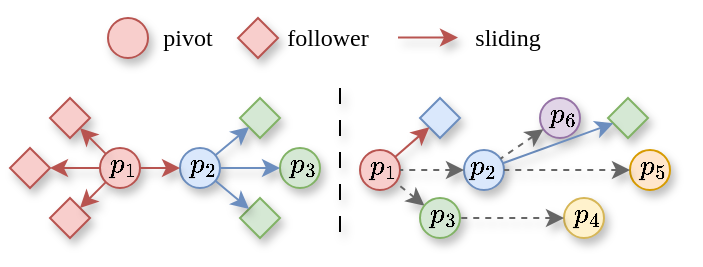
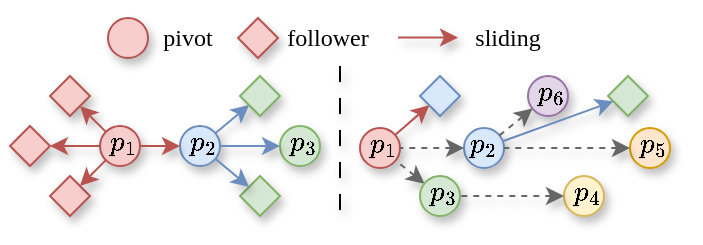
<mxfile host="app.diagrams.net">
  <diagram name="第 1 页" id="6DTQZI43wFjT-DsdCTgL">
-     <mxGraphModel dx="529" dy="1291" grid="1" gridSize="10" guides="1" tooltips="1" connect="1" arrows="1" fold="1" page="1" pageScale="1" pageWidth="827" pageHeight="1169" math="1" shadow="0">
+     <mxGraphModel dx="441" dy="1076" grid="1" gridSize="10" guides="1" tooltips="1" connect="1" arrows="1" fold="1" page="1" pageScale="1" pageWidth="827" pageHeight="1169" math="1" shadow="0">
      <root>
        <mxCell id="0" />
        <mxCell id="1" parent="0" />
        <mxCell id="bOLw4BUNBPlwtmLg7S2c-1" parent="1" style="ellipse;whiteSpace=wrap;html=1;aspect=fixed;fillColor=#f8cecc;strokeColor=#b85450;shadow=1;" value="" vertex="1">
          <mxGeometry height="20" width="20" x="150" y="520" as="geometry" />
        </mxCell>
        <mxCell id="bOLw4BUNBPlwtmLg7S2c-2" parent="1" style="ellipse;whiteSpace=wrap;html=1;aspect=fixed;fillColor=#dae8fc;strokeColor=#6c8ebf;shadow=1;" value="" vertex="1">
          <mxGeometry height="20" width="20" x="190" y="520" as="geometry" />
        </mxCell>
        <mxCell id="bOLw4BUNBPlwtmLg7S2c-5" parent="1" style="rhombus;whiteSpace=wrap;html=1;fillColor=#f8cecc;strokeColor=#b85450;shadow=1;" value="" vertex="1">
          <mxGeometry height="20" width="20" x="125" y="495" as="geometry" />
        </mxCell>
        <mxCell id="bOLw4BUNBPlwtmLg7S2c-6" parent="1" style="rhombus;whiteSpace=wrap;html=1;fillColor=#f8cecc;strokeColor=#b85450;shadow=1;" value="" vertex="1">
          <mxGeometry height="20" width="20" x="105" y="520" as="geometry" />
        </mxCell>
        <mxCell id="bOLw4BUNBPlwtmLg7S2c-7" parent="1" style="rhombus;whiteSpace=wrap;html=1;fillColor=#f8cecc;strokeColor=#b85450;shadow=1;" value="" vertex="1">
          <mxGeometry height="20" width="20" x="125" y="545" as="geometry" />
        </mxCell>
        <mxCell id="bOLw4BUNBPlwtmLg7S2c-8" parent="1" style="rhombus;whiteSpace=wrap;html=1;fillColor=#d5e8d4;strokeColor=#82b366;shadow=1;" value="" vertex="1">
          <mxGeometry height="20" width="20" x="220" y="495" as="geometry" />
        </mxCell>
        <mxCell id="bOLw4BUNBPlwtmLg7S2c-10" parent="1" style="rhombus;whiteSpace=wrap;html=1;fillColor=#d5e8d4;strokeColor=#82b366;shadow=1;" value="" vertex="1">
          <mxGeometry height="20" width="20" x="220" y="545" as="geometry" />
        </mxCell>
        <mxCell id="bOLw4BUNBPlwtmLg7S2c-11" parent="1" style="ellipse;whiteSpace=wrap;html=1;aspect=fixed;fillColor=#d5e8d4;strokeColor=#82b366;shadow=1;" value="" vertex="1">
          <mxGeometry height="20" width="20" x="240" y="520" as="geometry" />
        </mxCell>
        <mxCell id="bOLw4BUNBPlwtmLg7S2c-12" edge="1" parent="1" source="bOLw4BUNBPlwtmLg7S2c-5" style="endArrow=none;html=1;rounded=0;fillColor=#f8cecc;strokeColor=#b85450;startArrow=classic;startFill=1;shadow=1;" target="bOLw4BUNBPlwtmLg7S2c-1" value="">
          <mxGeometry height="50" relative="1" width="50" as="geometry">
            <mxPoint x="220" y="600" as="sourcePoint" />
            <mxPoint x="270" y="550" as="targetPoint" />
          </mxGeometry>
        </mxCell>
        <mxCell id="bOLw4BUNBPlwtmLg7S2c-13" edge="1" parent="1" source="bOLw4BUNBPlwtmLg7S2c-6" style="endArrow=none;html=1;rounded=0;fillColor=#f8cecc;strokeColor=#b85450;startArrow=classic;startFill=1;shadow=1;" target="bOLw4BUNBPlwtmLg7S2c-1" value="">
          <mxGeometry height="50" relative="1" width="50" as="geometry">
            <mxPoint x="170" y="570" as="sourcePoint" />
            <mxPoint x="198" y="598" as="targetPoint" />
          </mxGeometry>
        </mxCell>
        <mxCell id="bOLw4BUNBPlwtmLg7S2c-14" edge="1" parent="1" source="bOLw4BUNBPlwtmLg7S2c-7" style="endArrow=none;html=1;rounded=0;fillColor=#f8cecc;strokeColor=#b85450;startArrow=classic;startFill=1;shadow=1;" target="bOLw4BUNBPlwtmLg7S2c-1" value="">
          <mxGeometry height="50" relative="1" width="50" as="geometry">
            <mxPoint x="150" y="580" as="sourcePoint" />
            <mxPoint x="190" y="580" as="targetPoint" />
          </mxGeometry>
        </mxCell>
        <mxCell id="bOLw4BUNBPlwtmLg7S2c-15" edge="1" parent="1" source="bOLw4BUNBPlwtmLg7S2c-2" style="endArrow=none;html=1;rounded=0;fillColor=#f8cecc;strokeColor=#b85450;startArrow=classic;startFill=1;shadow=1;" target="bOLw4BUNBPlwtmLg7S2c-1" value="">
          <mxGeometry height="50" relative="1" width="50" as="geometry">
            <mxPoint x="170.00017864750578" y="532.0002156090586" as="sourcePoint" />
            <mxPoint x="221.62" y="594.3" as="targetPoint" />
          </mxGeometry>
        </mxCell>
        <mxCell id="bOLw4BUNBPlwtmLg7S2c-16" edge="1" parent="1" source="bOLw4BUNBPlwtmLg7S2c-8" style="endArrow=none;html=1;rounded=0;fillColor=#dae8fc;strokeColor=#6c8ebf;startArrow=classic;startFill=1;shadow=1;" target="bOLw4BUNBPlwtmLg7S2c-2" value="">
          <mxGeometry height="50" relative="1" width="50" as="geometry">
            <mxPoint x="237.1428571428571" y="443.5728571428571" as="sourcePoint" />
            <mxPoint x="200" y="536.43" as="targetPoint" />
          </mxGeometry>
        </mxCell>
        <mxCell id="bOLw4BUNBPlwtmLg7S2c-17" edge="1" parent="1" source="bOLw4BUNBPlwtmLg7S2c-11" style="endArrow=none;html=1;rounded=0;fillColor=#dae8fc;strokeColor=#6c8ebf;startArrow=classic;startFill=1;shadow=1;" target="bOLw4BUNBPlwtmLg7S2c-2" value="">
          <mxGeometry height="50" relative="1" width="50" as="geometry">
            <mxPoint x="248" y="530" as="sourcePoint" />
            <mxPoint x="220" y="558" as="targetPoint" />
          </mxGeometry>
        </mxCell>
        <mxCell id="bOLw4BUNBPlwtmLg7S2c-18" edge="1" parent="1" source="bOLw4BUNBPlwtmLg7S2c-10" style="endArrow=none;html=1;rounded=0;fillColor=#dae8fc;strokeColor=#6c8ebf;startArrow=classic;startFill=1;shadow=1;" target="bOLw4BUNBPlwtmLg7S2c-2" value="">
          <mxGeometry height="50" relative="1" width="50" as="geometry">
            <mxPoint x="300" y="570" as="sourcePoint" />
            <mxPoint x="260" y="570" as="targetPoint" />
          </mxGeometry>
        </mxCell>
        <mxCell id="bOLw4BUNBPlwtmLg7S2c-21" parent="1" style="ellipse;whiteSpace=wrap;html=1;aspect=fixed;fillColor=#f8cecc;strokeColor=#b85450;shadow=1;" value="" vertex="1">
          <mxGeometry height="20" width="20" x="280" y="521" as="geometry" />
        </mxCell>
        <mxCell id="bOLw4BUNBPlwtmLg7S2c-22" parent="1" style="rhombus;whiteSpace=wrap;html=1;fillColor=#dae8fc;strokeColor=#6c8ebf;shadow=1;" value="" vertex="1">
          <mxGeometry height="20" width="20" x="310" y="495" as="geometry" />
        </mxCell>
        <mxCell id="bOLw4BUNBPlwtmLg7S2c-24" parent="1" style="ellipse;whiteSpace=wrap;html=1;aspect=fixed;fillColor=#dae8fc;strokeColor=#6c8ebf;shadow=1;" value="" vertex="1">
          <mxGeometry height="20" width="20" x="332" y="521" as="geometry" />
        </mxCell>
        <mxCell id="bOLw4BUNBPlwtmLg7S2c-25" edge="1" parent="1" source="bOLw4BUNBPlwtmLg7S2c-22" style="endArrow=none;html=1;rounded=0;fillColor=#f8cecc;strokeColor=#b85450;startArrow=classic;startFill=1;shadow=1;" target="bOLw4BUNBPlwtmLg7S2c-21" value="">
          <mxGeometry height="50" relative="1" width="50" as="geometry">
            <mxPoint x="327.1428571428571" y="444.5728571428572" as="sourcePoint" />
            <mxPoint x="290" y="537.43" as="targetPoint" />
          </mxGeometry>
        </mxCell>
        <mxCell id="bOLw4BUNBPlwtmLg7S2c-26" edge="1" parent="1" source="bOLw4BUNBPlwtmLg7S2c-24" style="endArrow=none;html=1;rounded=0;fillColor=#f8cecc;strokeColor=#666666;startArrow=classic;startFill=1;dashed=1;shadow=1;" target="bOLw4BUNBPlwtmLg7S2c-21" value="">
          <mxGeometry height="50" relative="1" width="50" as="geometry">
            <mxPoint x="338" y="531" as="sourcePoint" />
            <mxPoint x="310" y="559" as="targetPoint" />
          </mxGeometry>
        </mxCell>
        <mxCell id="bOLw4BUNBPlwtmLg7S2c-27" edge="1" parent="1" source="bOLw4BUNBPlwtmLg7S2c-29" style="endArrow=none;html=1;rounded=0;fillColor=#f8cecc;strokeColor=#666666;startArrow=classic;startFill=1;dashed=1;shadow=1;" target="bOLw4BUNBPlwtmLg7S2c-21" value="">
          <mxGeometry height="50" relative="1" width="50" as="geometry">
            <mxPoint x="325" y="566" as="sourcePoint" />
            <mxPoint x="350" y="571" as="targetPoint" />
          </mxGeometry>
        </mxCell>
        <mxCell id="bOLw4BUNBPlwtmLg7S2c-29" parent="1" style="ellipse;whiteSpace=wrap;html=1;aspect=fixed;fillColor=#d5e8d4;strokeColor=#82b366;shadow=1;" value="" vertex="1">
          <mxGeometry height="20" width="20" x="310" y="545" as="geometry" />
        </mxCell>
        <mxCell id="bOLw4BUNBPlwtmLg7S2c-30" parent="1" style="ellipse;whiteSpace=wrap;html=1;aspect=fixed;fillColor=#e1d5e7;strokeColor=#9673a6;shadow=1;" value="" vertex="1">
-           <mxGeometry height="20" width="20" x="370" y="495" as="geometry" />
+           <mxGeometry height="20" width="20" x="364" y="495" as="geometry" />
        </mxCell>
        <mxCell id="bOLw4BUNBPlwtmLg7S2c-31" parent="1" style="ellipse;whiteSpace=wrap;html=1;aspect=fixed;fillColor=#ffe6cc;strokeColor=#d79b00;shadow=1;" value="" vertex="1">
          <mxGeometry height="20" width="20" x="415" y="521" as="geometry" />
        </mxCell>
        <mxCell id="bOLw4BUNBPlwtmLg7S2c-32" parent="1" style="ellipse;whiteSpace=wrap;html=1;aspect=fixed;fillColor=#fff2cc;strokeColor=#d6b656;shadow=1;" value="" vertex="1">
          <mxGeometry height="20" width="20" x="382" y="545" as="geometry" />
        </mxCell>
        <mxCell id="bOLw4BUNBPlwtmLg7S2c-34" parent="1" style="rhombus;whiteSpace=wrap;html=1;fillColor=#d5e8d4;strokeColor=#82b366;shadow=1;" value="" vertex="1">
          <mxGeometry height="20" width="20" x="404" y="495" as="geometry" />
        </mxCell>
        <mxCell id="bOLw4BUNBPlwtmLg7S2c-36" edge="1" parent="1" style="endArrow=none;html=1;rounded=0;dashed=1;dashPattern=8 8;shadow=1;" value="">
          <mxGeometry height="50" relative="1" width="50" as="geometry">
            <mxPoint x="270" y="490" as="sourcePoint" />
            <mxPoint x="270" y="570" as="targetPoint" />
          </mxGeometry>
        </mxCell>
        <mxCell id="bOLw4BUNBPlwtmLg7S2c-37" edge="1" parent="1" source="bOLw4BUNBPlwtmLg7S2c-34" style="endArrow=none;html=1;rounded=0;fillColor=#dae8fc;strokeColor=#6c8ebf;startArrow=classic;startFill=1;shadow=1;" target="bOLw4BUNBPlwtmLg7S2c-24" value="">
          <mxGeometry height="50" relative="1" width="50" as="geometry">
            <mxPoint x="408" y="551" as="sourcePoint" />
            <mxPoint x="380" y="579" as="targetPoint" />
          </mxGeometry>
        </mxCell>
        <mxCell id="bOLw4BUNBPlwtmLg7S2c-38" edge="1" parent="1" source="bOLw4BUNBPlwtmLg7S2c-32" style="endArrow=none;html=1;rounded=0;fillColor=#f8cecc;strokeColor=#666666;startArrow=classic;startFill=1;dashed=1;shadow=1;" target="bOLw4BUNBPlwtmLg7S2c-29" value="">
          <mxGeometry height="50" relative="1" width="50" as="geometry">
            <mxPoint x="390" y="551" as="sourcePoint" />
            <mxPoint x="350" y="551" as="targetPoint" />
          </mxGeometry>
        </mxCell>
        <mxCell id="bOLw4BUNBPlwtmLg7S2c-39" edge="1" parent="1" source="bOLw4BUNBPlwtmLg7S2c-30" style="endArrow=none;html=1;rounded=0;fillColor=#f8cecc;strokeColor=#666666;startArrow=classic;startFill=1;dashed=1;shadow=1;" target="bOLw4BUNBPlwtmLg7S2c-24" value="">
          <mxGeometry height="50" relative="1" width="50" as="geometry">
            <mxPoint x="500" y="591" as="sourcePoint" />
            <mxPoint x="430" y="591" as="targetPoint" />
          </mxGeometry>
        </mxCell>
        <mxCell id="bOLw4BUNBPlwtmLg7S2c-40" edge="1" parent="1" source="bOLw4BUNBPlwtmLg7S2c-31" style="endArrow=none;html=1;rounded=0;fillColor=#f8cecc;strokeColor=#666666;startArrow=classic;startFill=1;dashed=1;shadow=1;" target="bOLw4BUNBPlwtmLg7S2c-24" value="">
          <mxGeometry height="50" relative="1" width="50" as="geometry">
            <mxPoint x="470" y="561" as="sourcePoint" />
            <mxPoint x="430" y="563" as="targetPoint" />
          </mxGeometry>
        </mxCell>
        <mxCell id="bOLw4BUNBPlwtmLg7S2c-42" parent="1" style="ellipse;whiteSpace=wrap;html=1;fillColor=#f8cecc;strokeColor=#b85450;shadow=1;" value="" vertex="1">
-           <mxGeometry height="20" width="20" x="154" y="455" as="geometry" />
+           <mxGeometry height="20" width="20" x="154" y="466" as="geometry" />
        </mxCell>
        <mxCell id="bOLw4BUNBPlwtmLg7S2c-43" parent="1" style="text;html=1;whiteSpace=wrap;strokeColor=none;fillColor=none;align=center;verticalAlign=middle;rounded=0;shadow=1;" value="&lt;font face=&quot;Times New Roman&quot;&gt;pivot&lt;/font&gt;" vertex="1">
-           <mxGeometry height="30" width="60" x="164" y="450" as="geometry" />
+           <mxGeometry height="30" width="60" x="164" y="461" as="geometry" />
        </mxCell>
        <mxCell id="bOLw4BUNBPlwtmLg7S2c-44" parent="1" style="rhombus;whiteSpace=wrap;html=1;fillColor=#f8cecc;strokeColor=#b85450;shadow=1;" value="" vertex="1">
-           <mxGeometry height="20" width="20" x="219" y="455" as="geometry" />
+           <mxGeometry height="20" width="20" x="219" y="466" as="geometry" />
        </mxCell>
        <mxCell id="bOLw4BUNBPlwtmLg7S2c-45" parent="1" style="text;html=1;whiteSpace=wrap;strokeColor=none;fillColor=none;align=center;verticalAlign=middle;rounded=0;shadow=1;" value="&lt;font face=&quot;Times New Roman&quot;&gt;follower&lt;/font&gt;" vertex="1">
-           <mxGeometry height="30" width="60" x="234" y="450" as="geometry" />
+           <mxGeometry height="30" width="60" x="234" y="461" as="geometry" />
        </mxCell>
        <mxCell id="bOLw4BUNBPlwtmLg7S2c-46" edge="1" parent="1" style="endArrow=none;html=1;rounded=0;fillColor=#f8cecc;strokeColor=#b85450;startArrow=classic;startFill=1;shadow=1;" value="">
          <mxGeometry height="50" relative="1" width="50" as="geometry">
-             <mxPoint x="329" y="464.76" as="sourcePoint" />
-             <mxPoint x="299" y="464.76" as="targetPoint" />
+             <mxPoint x="329" y="475.76" as="sourcePoint" />
+             <mxPoint x="299" y="475.76" as="targetPoint" />
          </mxGeometry>
        </mxCell>
        <mxCell id="bOLw4BUNBPlwtmLg7S2c-47" parent="1" style="text;html=1;whiteSpace=wrap;strokeColor=none;fillColor=none;align=center;verticalAlign=middle;rounded=0;shadow=1;" value="&lt;font face=&quot;Times New Roman&quot;&gt;sliding&lt;/font&gt;" vertex="1">
-           <mxGeometry height="30" width="60" x="324" y="450" as="geometry" />
+           <mxGeometry height="30" width="60" x="324" y="461" as="geometry" />
        </mxCell>
        <mxCell id="mxuoR5gjSK6Hbij5tWnN-3" parent="1" style="text;html=1;whiteSpace=wrap;strokeColor=none;fillColor=none;align=center;verticalAlign=middle;rounded=0;" value="$$p_1$$" vertex="1">
          <mxGeometry height="20" width="20" x="282" y="519" as="geometry" />
        </mxCell>
        <mxCell id="mxuoR5gjSK6Hbij5tWnN-4" parent="1" style="text;html=1;whiteSpace=wrap;strokeColor=none;fillColor=none;align=center;verticalAlign=middle;rounded=0;" value="$$p_1$$" vertex="1">
          <mxGeometry height="20" width="20" x="152" y="518" as="geometry" />
        </mxCell>
        <mxCell id="mxuoR5gjSK6Hbij5tWnN-5" parent="1" style="text;html=1;whiteSpace=wrap;strokeColor=none;fillColor=none;align=center;verticalAlign=middle;rounded=0;" value="$$p_2$$" vertex="1">
          <mxGeometry height="20" width="20" x="192" y="518" as="geometry" />
        </mxCell>
        <mxCell id="mxuoR5gjSK6Hbij5tWnN-6" parent="1" style="text;html=1;whiteSpace=wrap;strokeColor=none;fillColor=none;align=center;verticalAlign=middle;rounded=0;" value="$$p_2$$" vertex="1">
          <mxGeometry height="20" width="20" x="332" y="519" as="geometry" />
        </mxCell>
        <mxCell id="mxuoR5gjSK6Hbij5tWnN-7" parent="1" style="text;html=1;whiteSpace=wrap;strokeColor=none;fillColor=none;align=center;verticalAlign=middle;rounded=0;" value="$$p_3$$" vertex="1">
          <mxGeometry height="20" width="20" x="312" y="543" as="geometry" />
        </mxCell>
        <mxCell id="mxuoR5gjSK6Hbij5tWnN-8" parent="1" style="text;html=1;whiteSpace=wrap;strokeColor=none;fillColor=none;align=center;verticalAlign=middle;rounded=0;" value="$$p_3$$" vertex="1">
          <mxGeometry height="20" width="20" x="242" y="518" as="geometry" />
        </mxCell>
        <mxCell id="mxuoR5gjSK6Hbij5tWnN-9" parent="1" style="text;html=1;whiteSpace=wrap;strokeColor=none;fillColor=none;align=center;verticalAlign=middle;rounded=0;" value="$$p_4$$" vertex="1">
          <mxGeometry height="20" width="20" x="384" y="543" as="geometry" />
        </mxCell>
        <mxCell id="mxuoR5gjSK6Hbij5tWnN-10" parent="1" style="text;html=1;whiteSpace=wrap;strokeColor=none;fillColor=none;align=center;verticalAlign=middle;rounded=0;" value="$$p_5$$" vertex="1">
          <mxGeometry height="20" width="20" x="417" y="519" as="geometry" />
        </mxCell>
        <mxCell id="mxuoR5gjSK6Hbij5tWnN-11" parent="1" style="text;html=1;whiteSpace=wrap;strokeColor=none;fillColor=none;align=center;verticalAlign=middle;rounded=0;" value="$$p_6$$" vertex="1">
-           <mxGeometry height="20" width="20" x="372" y="493" as="geometry" />
+           <mxGeometry height="20" width="20" x="366" y="493" as="geometry" />
        </mxCell>
      </root>
    </mxGraphModel>
  </diagram>
</mxfile>
